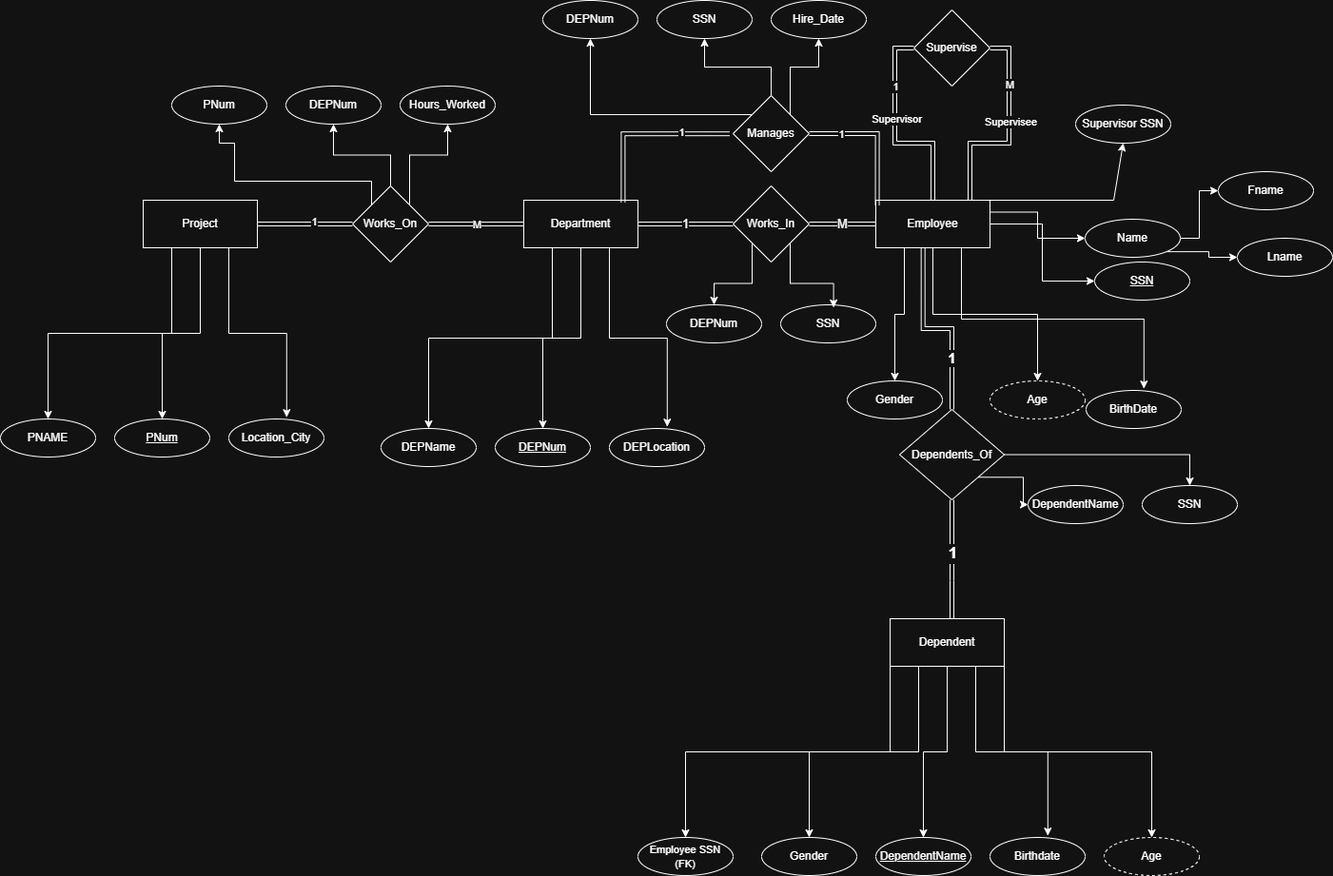
Earlier version of the draw.io export SQL/task1 session 2/erd.png (hitman47819/DEPI). Source tidied: cells renumbered, new cells last; positions are measured from the earlier drawing's top-left corner, leaving out a move shared by most shapes.
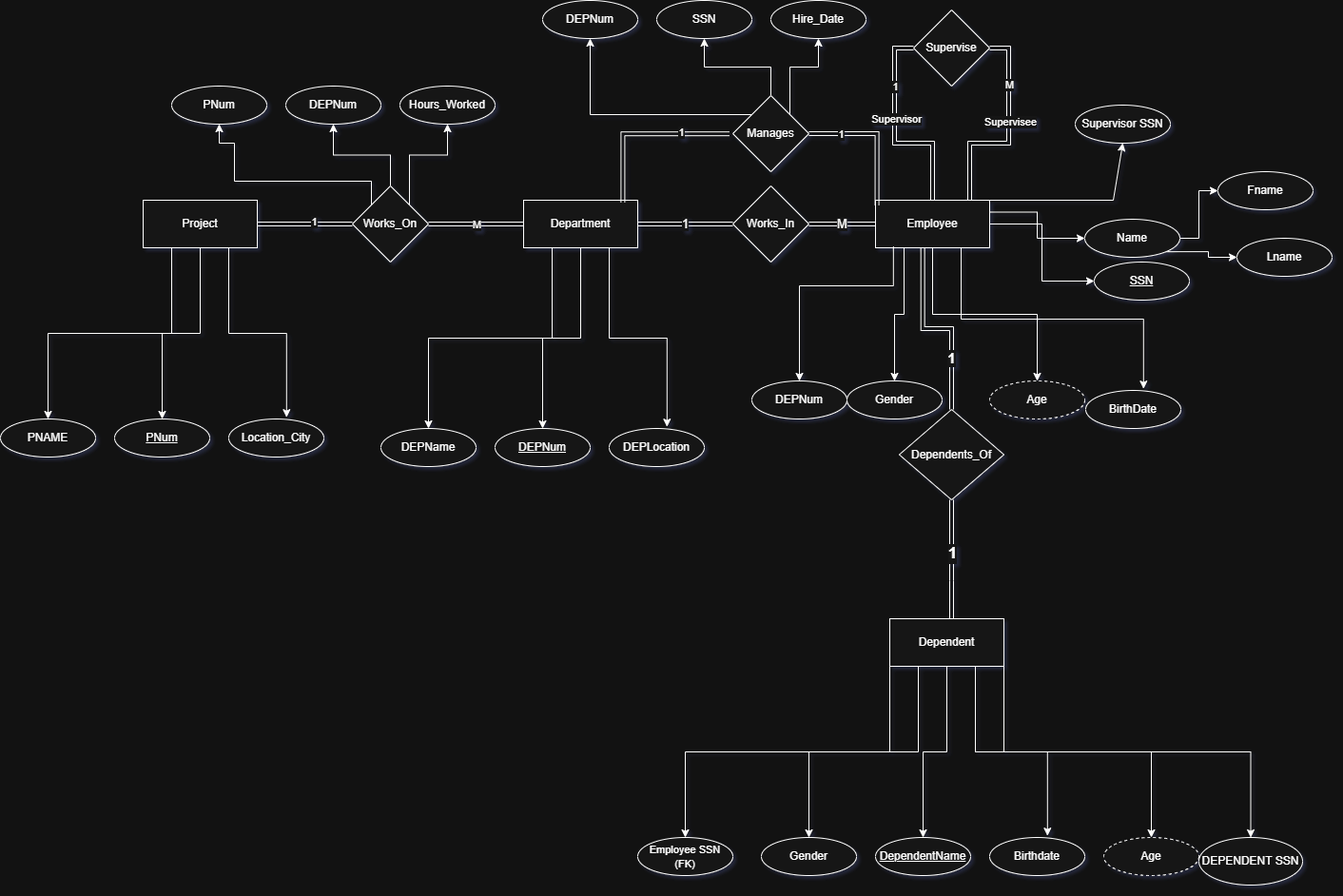
Later version of the same file.

Commit message:
fixing issues in erd

Diff of the diagram source:
```diff
@@ -171,8 +171,13 @@
     <mxCell id="53" value="&lt;div&gt;&lt;font style=&quot;font-size: 11px;&quot;&gt;Employee SSN&lt;br&gt;(FK)&lt;/font&gt;&lt;/div&gt;" style="ellipse;whiteSpace=wrap;html=1;align=center;" parent="1" vertex="1">
       <mxGeometry x="670" y="880" width="100" height="40" as="geometry" />
     </mxCell>
-    <mxCell id="54" style="edgeStyle=orthogonalEdgeStyle;rounded=0;jettySize=auto;html=1;exitX=0;exitY=1;exitDx=0;exitDy=0;entryX=0.5;entryY=0;entryDx=0;entryDy=0;" parent="1" edge="1" source="55" target="85">
-      <mxGeometry relative="1" as="geometry" />
+    <mxCell id="54" style="edgeStyle=orthogonalEdgeStyle;rounded=0;jettySize=auto;html=1;exitX=0.157;exitY=0.972;exitDx=0;exitDy=0;entryX=0.5;entryY=0;entryDx=0;entryDy=0;exitPerimeter=0;" parent="1" edge="1" source="11" target="85">
+      <mxGeometry relative="1" as="geometry">
+        <Array as="points">
+          <mxPoint x="939" y="300" />
+          <mxPoint x="840" y="300" />
+        </Array>
+      </mxGeometry>
     </mxCell>
     <mxCell id="55" value="Works_In" style="rhombus;whiteSpace=wrap;html=1;" parent="1" vertex="1">
       <mxGeometry x="770" y="195" width="80" height="80" as="geometry" />
@@ -230,12 +235,9 @@
     <mxCell id="70" value="&lt;span&gt;Manages&lt;/span&gt;" style="rhombus;whiteSpace=wrap;html=1;" parent="1" vertex="1">
       <mxGeometry x="770" y="100" width="80" height="80" as="geometry" />
     </mxCell>
-    <mxCell id="71" style="edgeStyle=orthogonalEdgeStyle;rounded=0;jettySize=auto;html=1;exitX=1;exitY=0.5;exitDx=0;exitDy=0;entryX=0.5;entryY=0;entryDx=0;entryDy=0;" parent="1" edge="1" source="73" target="87">
+    <mxCell id="71" style="edgeStyle=orthogonalEdgeStyle;rounded=0;jettySize=auto;html=1;entryX=0.5;entryY=0;entryDx=0;entryDy=0;exitX=0.75;exitY=1;exitDx=0;exitDy=0;" parent="1" edge="1" source="47" target="87">
       <mxGeometry relative="1" as="geometry" />
     </mxCell>
-    <mxCell id="72" style="edgeStyle=orthogonalEdgeStyle;rounded=0;jettySize=auto;html=1;exitX=1;exitY=1;exitDx=0;exitDy=0;" parent="1" edge="1" source="73" target="88">
-      <mxGeometry relative="1" as="geometry" />
-    </mxCell>
     <mxCell id="73" value="&lt;br&gt;&lt;span style=&quot;&quot;&gt;Dependents_Of&lt;/span&gt; &lt;div&gt;&lt;br/&gt;&lt;/div&gt;" style="rhombus;whiteSpace=wrap;html=1;" parent="1" vertex="1">
       <mxGeometry x="945" y="430" width="110" height="95" as="geometry" />
     </mxCell>
@@ -276,20 +278,11 @@
     <mxCell id="83" value="DEPNum" style="ellipse;whiteSpace=wrap;html=1;align=center;" parent="1" vertex="1">
       <mxGeometry x="570" width="100" height="40" as="geometry" />
     </mxCell>
-    <mxCell id="84" value="SSN" style="ellipse;whiteSpace=wrap;html=1;align=center;" parent="1" vertex="1">
-      <mxGeometry x="820" y="320" width="100" height="40" as="geometry" />
-    </mxCell>
     <mxCell id="85" value="DEPNum" style="ellipse;whiteSpace=wrap;html=1;align=center;" parent="1" vertex="1">
-      <mxGeometry x="700" y="320" width="100" height="40" as="geometry" />
+      <mxGeometry x="790" y="400" width="100" height="40" as="geometry" />
     </mxCell>
-    <mxCell id="86" style="edgeStyle=orthogonalEdgeStyle;rounded=0;jettySize=auto;html=1;exitX=1;exitY=1;exitDx=0;exitDy=0;entryX=0.556;entryY=0.073;entryDx=0;entryDy=0;entryPerimeter=0;" parent="1" edge="1" source="55" target="84">
-      <mxGeometry relative="1" as="geometry" />
-    </mxCell>
-    <mxCell id="87" value="SSN" style="ellipse;whiteSpace=wrap;html=1;align=center;" parent="1" vertex="1">
-      <mxGeometry x="1200" y="510" width="100" height="40" as="geometry" />
+    <mxCell id="87" value="DEPENDENT SSN" style="ellipse;whiteSpace=wrap;html=1;align=center;" parent="1" vertex="1">
+      <mxGeometry x="1260" y="880" width="109" height="50" as="geometry" />
     </mxCell>
-    <mxCell id="88" value="DependentName" style="ellipse;whiteSpace=wrap;html=1;align=center;" parent="1" vertex="1">
-      <mxGeometry x="1080" y="510" width="100" height="40" as="geometry" />
-    </mxCell>
   </root>
 </mxGraphModel>
```
